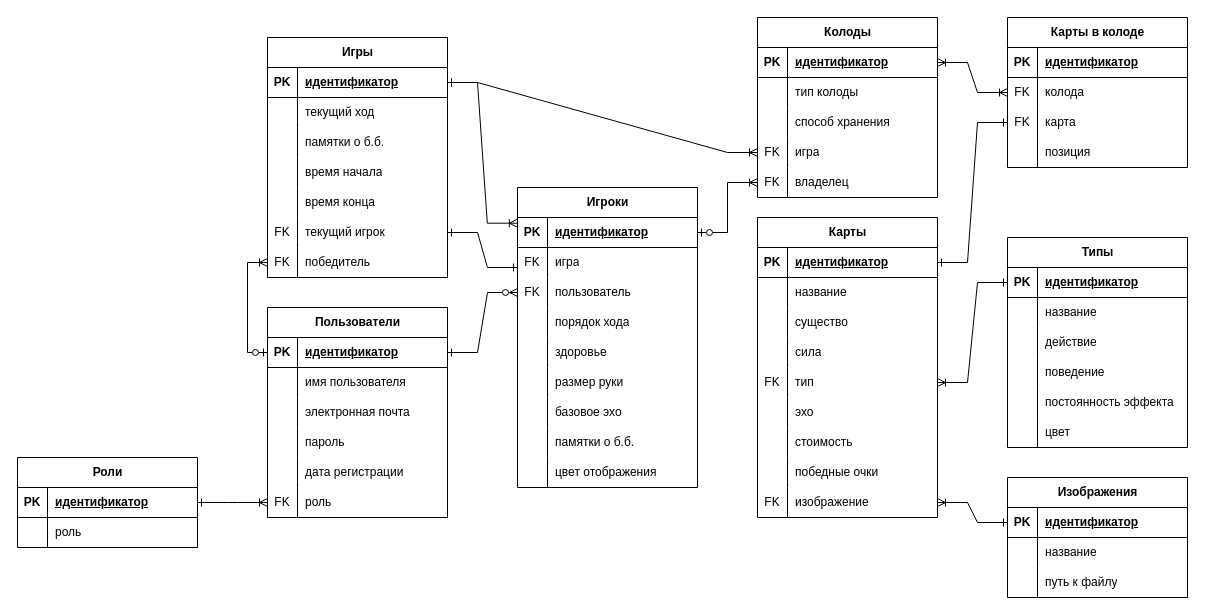
This is docs/relational-db-scheme.drawio from just-rudy/cool-magic-battles, a draw.io file, before an edit. Source tidied: cells renumbered, new cells numbered last; positions are measured from the earlier drawing's top-left corner, leaving out a move shared by most shapes. Both pictures are drawn from the tidied source at 100%, with x=0, y=0 at pixel (17, 17).
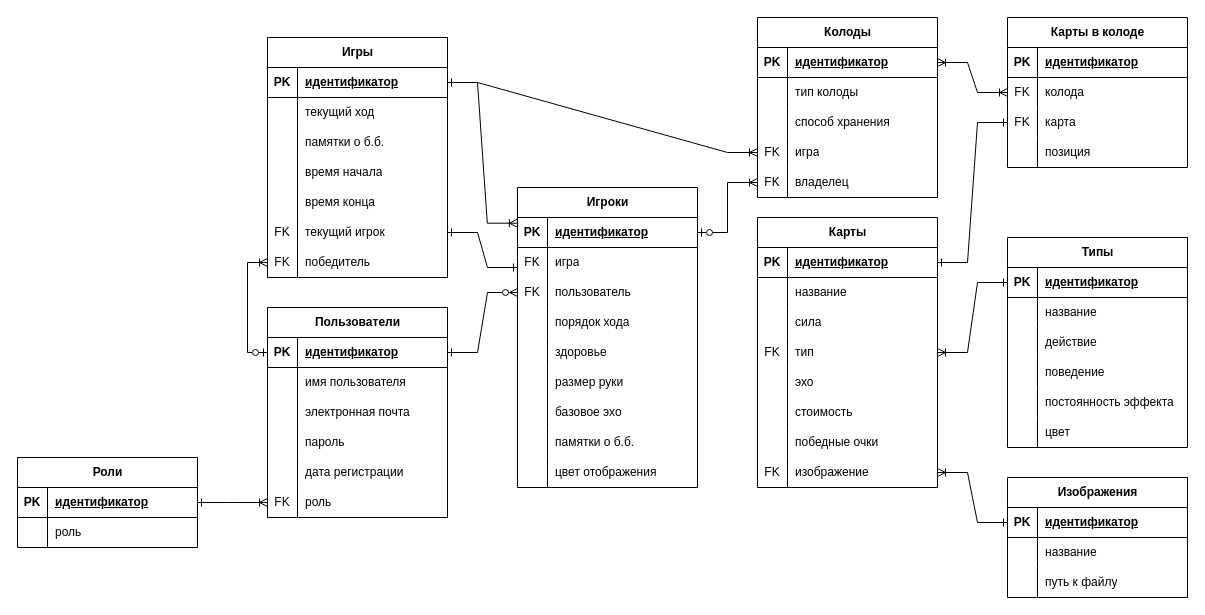
The same diagram, later.

Change to the diagram source:
```diff
@@
     <mxCell id="79" value="Карты" style="shape=table;startSize=30;childLayout=tableLayout;rowLines=0;fontStyle=1;align=center;html=1;" parent="1" vertex="1">
-      <mxGeometry x="740" y="200" width="180" height="300" as="geometry" />
+      <mxGeometry x="740" y="200" width="180" height="270" as="geometry" />
     </mxCell>
@@
-    <mxCell id="86" style="shape=tableRow;horizontal=0;startSize=0;swimlaneHead=0;swimlaneBody=0;fillColor=none;top=0;left=0;right=0;bottom=0;" parent="79" vertex="1">
-      <mxGeometry y="90" width="180" height="30" as="geometry" />
-    </mxCell>
-    <mxCell id="87" style="shape=partialRectangle;fillColor=none;top=0;left=0;bottom=0;right=0;overflow=hidden;whiteSpace=wrap;html=1;" parent="86" vertex="1">
-      <mxGeometry width="30" height="30" as="geometry" />
-    </mxCell>
-    <mxCell id="88" value="существо" style="shape=partialRectangle;fillColor=none;top=0;left=0;bottom=0;right=0;align=left;spacingLeft=6;overflow=hidden;whiteSpace=wrap;html=1;" parent="86" vertex="1">
-      <mxGeometry x="30" width="150" height="30" as="geometry" />
-    </mxCell>
     <mxCell id="89" style="shape=tableRow;horizontal=0;startSize=0;swimlaneHead=0;swimlaneBody=0;fillColor=none;top=0;left=0;right=0;bottom=0;" parent="79" vertex="1">
-      <mxGeometry y="120" width="180" height="30" as="geometry" />
+      <mxGeometry y="90" width="180" height="30" as="geometry" />
     </mxCell>
@@
     <mxCell id="92" style="shape=tableRow;horizontal=0;startSize=0;swimlaneHead=0;swimlaneBody=0;fillColor=none;points=[[0,0.5],[1,0.5]];portConstraint=eastwest;top=0;left=0;right=0;bottom=0;" parent="79" vertex="1">
-      <mxGeometry y="150" width="180" height="30" as="geometry" />
+      <mxGeometry y="120" width="180" height="30" as="geometry" />
     </mxCell>
@@
     <mxCell id="95" style="shape=tableRow;horizontal=0;startSize=0;swimlaneHead=0;swimlaneBody=0;fillColor=none;top=0;left=0;right=0;bottom=0;" parent="79" vertex="1">
-      <mxGeometry y="180" width="180" height="30" as="geometry" />
+      <mxGeometry y="150" width="180" height="30" as="geometry" />
     </mxCell>
@@
     <mxCell id="98" style="shape=tableRow;horizontal=0;startSize=0;swimlaneHead=0;swimlaneBody=0;fillColor=none;top=0;left=0;right=0;bottom=0;" parent="79" vertex="1">
-      <mxGeometry y="210" width="180" height="30" as="geometry" />
+      <mxGeometry y="180" width="180" height="30" as="geometry" />
     </mxCell>
@@
     <mxCell id="101" style="shape=tableRow;horizontal=0;startSize=0;swimlaneHead=0;swimlaneBody=0;fillColor=none;top=0;left=0;right=0;bottom=0;" parent="79" vertex="1">
-      <mxGeometry y="240" width="180" height="30" as="geometry" />
+      <mxGeometry y="210" width="180" height="30" as="geometry" />
     </mxCell>
@@
     <mxCell id="104" style="shape=tableRow;horizontal=0;startSize=0;swimlaneHead=0;swimlaneBody=0;fillColor=none;points=[[0,0.5],[1,0.5]];portConstraint=eastwest;top=0;left=0;right=0;bottom=0;" parent="79" vertex="1">
-      <mxGeometry y="270" width="180" height="30" as="geometry" />
+      <mxGeometry y="240" width="180" height="30" as="geometry" />
     </mxCell>
```
